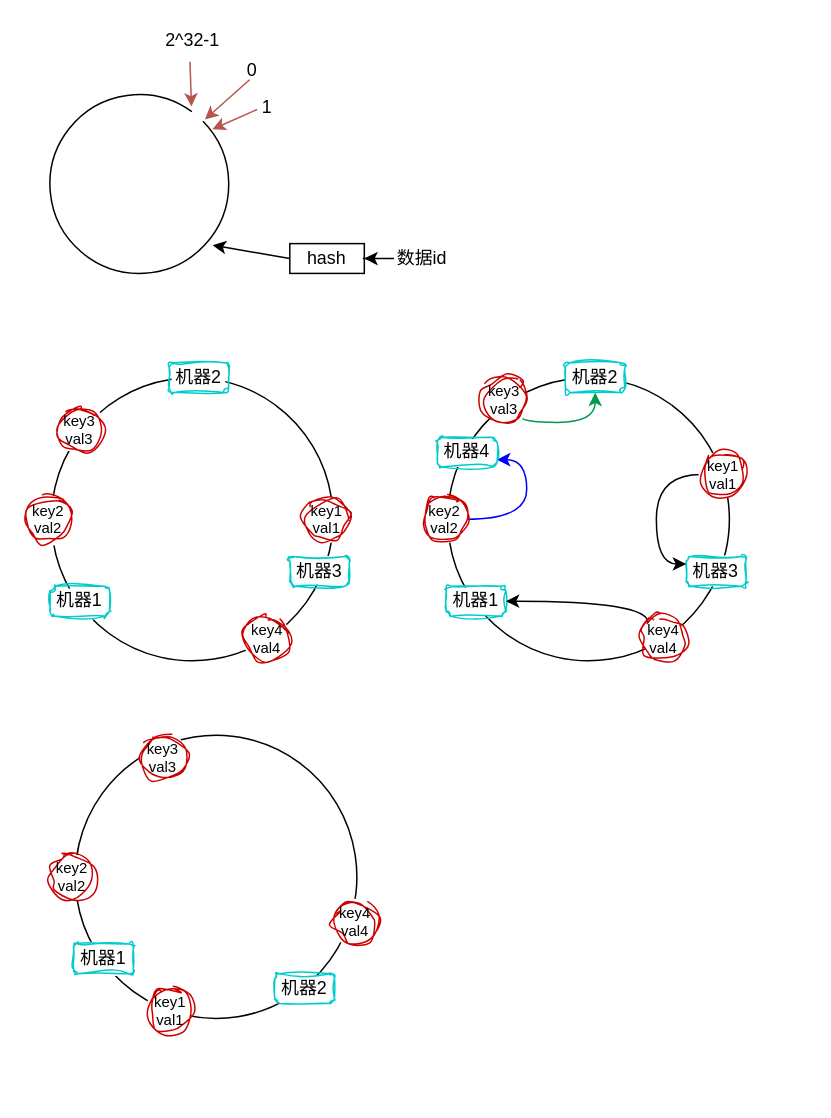
The draw.io diagram 一致性哈希.drawio in wsxzei/markdown-photos, before the edit. Source tidied: cells renumbered, new cells numbered last; positions are measured from the earlier drawing's top-left corner, leaving out a move shared by most shapes. Both pictures are drawn from the tidied source at 149%, with x=0, y=0 at pixel (25, 25).
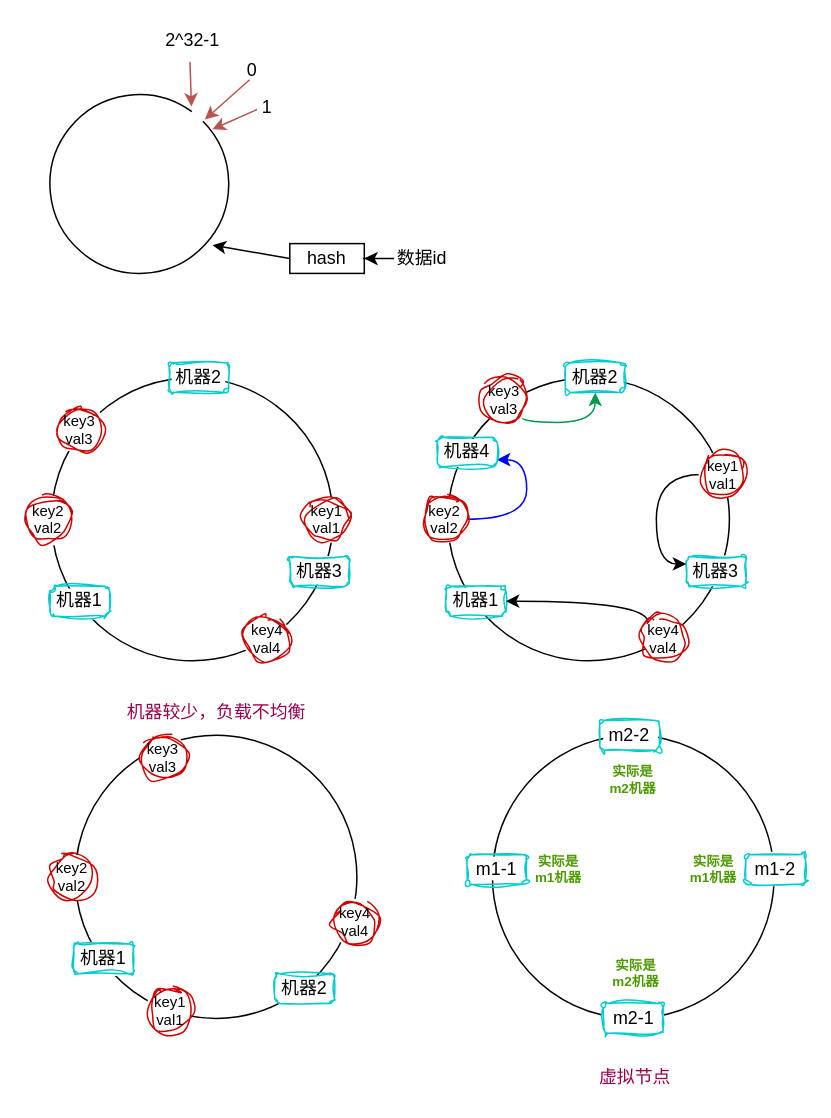
After the change.

Commit message (it also covers changes not shown here):
更新一致性哈希.drawio

The edit, as a diff of the source:
```diff
@@
+    <mxCell id="41" style="verticalLabelPosition=bottom;verticalAlign=top;html=1;shape=mxgraph.basic.arc;startAngle=0.1001928052766139;endAngle=0.1;" parent="1" vertex="1">
+      <mxGeometry x="313" y="476" width="189" height="190" as="geometry" />
+    </mxCell>
+    <mxCell id="42" value="m1-1" style="rounded=1;whiteSpace=wrap;html=1;sketch=1;curveFitting=1;jiggle=2;strokeColor=#00CCCC;" parent="1" vertex="1">
+      <mxGeometry x="296" y="556" width="40" height="20" as="geometry" />
+    </mxCell>
+    <mxCell id="43" value="m2-1" style="rounded=1;whiteSpace=wrap;html=1;sketch=1;curveFitting=1;jiggle=2;strokeColor=#00CCCC;" parent="1" vertex="1">
+      <mxGeometry x="387.5" y="656" width="40" height="20" as="geometry" />
+    </mxCell>
+    <mxCell id="44" value="机器较少，负载不均衡" style="text;html=1;align=center;verticalAlign=middle;whiteSpace=wrap;rounded=0;fontColor=#99004D;" parent="1" vertex="1">
+      <mxGeometry x="58.5" y="451" width="138" height="20" as="geometry" />
+    </mxCell>
+    <mxCell id="45" value="虚拟节点" style="text;html=1;align=center;verticalAlign=middle;whiteSpace=wrap;rounded=0;fontColor=#99004D;" parent="1" vertex="1">
+      <mxGeometry x="340" y="696" width="138" height="20" as="geometry" />
+    </mxCell>
+    <mxCell id="46" value="m1-2" style="rounded=1;whiteSpace=wrap;html=1;sketch=1;curveFitting=1;jiggle=2;strokeColor=#00CCCC;" parent="1" vertex="1">
+      <mxGeometry x="483" y="556" width="40" height="20" as="geometry" />
+    </mxCell>
+    <mxCell id="47" value="m2-2" style="rounded=1;whiteSpace=wrap;html=1;sketch=1;curveFitting=1;jiggle=2;strokeColor=#00CCCC;" parent="1" vertex="1">
+      <mxGeometry x="385" y="466" width="40" height="20" as="geometry" />
+    </mxCell>
+    <mxCell id="48" value="实际是m1机器" style="text;html=1;align=center;verticalAlign=middle;whiteSpace=wrap;rounded=0;fontSize=9;fontColor=#4D9900;fontStyle=1;" parent="1" vertex="1">
+      <mxGeometry x="338.5" y="556" width="37" height="20" as="geometry" />
+    </mxCell>
+    <mxCell id="49" value="实际是m2机器" style="text;html=1;align=center;verticalAlign=middle;whiteSpace=wrap;rounded=0;fontSize=9;fontColor=#4D9900;fontStyle=1;" parent="1" vertex="1">
+      <mxGeometry x="389" y="496" width="37" height="20" as="geometry" />
+    </mxCell>
+    <mxCell id="50" value="实际是m2机器" style="text;html=1;align=center;verticalAlign=middle;whiteSpace=wrap;rounded=0;fontSize=9;fontColor=#4D9900;fontStyle=1;" parent="1" vertex="1">
+      <mxGeometry x="390.5" y="626" width="37" height="20" as="geometry" />
+    </mxCell>
+    <mxCell id="51" value="实际是m1机器" style="text;html=1;align=center;verticalAlign=middle;whiteSpace=wrap;rounded=0;fontSize=9;fontColor=#4D9900;fontStyle=1;" parent="1" vertex="1">
+      <mxGeometry x="443" y="556" width="37" height="20" as="geometry" />
+    </mxCell>
```
